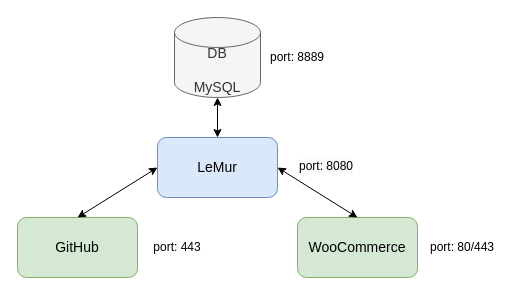
This is APIs.drawio from OMorlotti/P12, a draw.io file, before an edit. Source tidied: cells renumbered, new cells numbered last; positions are measured from the earlier drawing's top-left corner, leaving out a move shared by most shapes. Both pictures are drawn from the tidied source at 100%, with x=0, y=0 at pixel (17, 17).
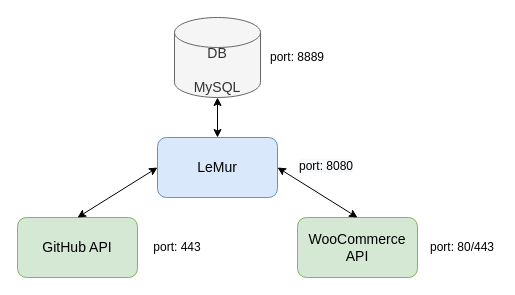
The same diagram, later.

What changed in the source:
```diff
@@
 <mxGraphModel>
   <root>
     <mxCell id="0" />
     <mxCell id="1" parent="0" />
-    <mxCell id="2" value="&lt;font style=&quot;font-size: 14px&quot;&gt;WooCommerce&lt;/font&gt;" style="rounded=1;whiteSpace=wrap;html=1;fillColor=#d5e8d4;strokeColor=#82b366;" parent="1" vertex="1">
+    <mxCell id="2" value="&lt;font style=&quot;font-size: 14px&quot;&gt;WooCommerce&lt;br&gt;API&lt;br&gt;&lt;/font&gt;" style="rounded=1;whiteSpace=wrap;html=1;fillColor=#d5e8d4;strokeColor=#82b366;" parent="1" vertex="1">
       <mxGeometry x="280" y="200" width="120" height="60" as="geometry" />
     </mxCell>
     <mxCell id="3" value="&lt;font style=&quot;font-size: 14px&quot;&gt;LeMur&lt;/font&gt;" style="rounded=1;whiteSpace=wrap;html=1;fillColor=#dae8fc;strokeColor=#6c8ebf;" parent="1" vertex="1">
       <mxGeometry x="140" y="120" width="120" height="60" as="geometry" />
     </mxCell>
-    <mxCell id="4" value="&lt;font style=&quot;font-size: 14px&quot;&gt;GitHub&lt;/font&gt;" style="rounded=1;whiteSpace=wrap;html=1;fillColor=#d5e8d4;strokeColor=#82b366;" parent="1" vertex="1">
+    <mxCell id="4" value="&lt;font style=&quot;font-size: 14px&quot;&gt;GitHub API&lt;/font&gt;" style="rounded=1;whiteSpace=wrap;html=1;fillColor=#d5e8d4;strokeColor=#82b366;" parent="1" vertex="1">
       <mxGeometry y="200" width="120" height="60" as="geometry" />
     </mxCell>
     <mxCell id="5" value="&lt;font style=&quot;font-size: 14px&quot;&gt;&lt;font style=&quot;font-size: 14px&quot;&gt;DB&lt;br&gt;&lt;/font&gt;&lt;br&gt;MySQL&lt;/font&gt;" style="shape=cylinder3;whiteSpace=wrap;html=1;boundedLbl=1;backgroundOutline=1;size=15;direction=east;fillColor=#f5f5f5;strokeColor=#666666;fontColor=#333333;" parent="1" vertex="1">
       <mxGeometry x="157" width="86" height="80" as="geometry" />
     </mxCell>
     <mxCell id="6" style="endArrow=classic;html=1;strokeWidth=1;entryX=0.5;entryY=1;entryDx=0;entryDy=0;entryPerimeter=0;startArrow=classic;startFill=1;" parent="1" edge="1" source="3" target="5">
       <mxGeometry relative="1" as="geometry" />
     </mxCell>
     <mxCell id="7" style="endArrow=classic;html=1;strokeWidth=1;entryX=0.5;entryY=0;entryDx=0;entryDy=0;exitX=0;exitY=0.5;exitDx=0;exitDy=0;startArrow=classic;startFill=1;" parent="1" edge="1" source="3" target="4">
       <mxGeometry relative="1" as="geometry" />
     </mxCell>
     <mxCell id="8" style="endArrow=classic;startArrow=classic;html=1;strokeWidth=1;entryX=0.5;entryY=0;entryDx=0;entryDy=0;exitX=1;exitY=0.5;exitDx=0;exitDy=0;" parent="1" edge="1" source="3" target="2">
       <mxGeometry relative="1" as="geometry" />
     </mxCell>
     <mxCell id="9" value="port: 8889" style="text;html=1;strokeColor=none;fillColor=none;align=center;verticalAlign=middle;whiteSpace=wrap;rounded=0;" parent="1" vertex="1">
       <mxGeometry x="250" y="30" width="60" height="20" as="geometry" />
     </mxCell>
     <mxCell id="10" value="port: 80/443" style="text;html=1;strokeColor=none;fillColor=none;align=center;verticalAlign=middle;whiteSpace=wrap;rounded=0;" parent="1" vertex="1">
       <mxGeometry x="410" y="220" width="70" height="20" as="geometry" />
     </mxCell>
     <mxCell id="11" value="&lt;span style=&quot;color: rgb(0 , 0 , 0) ; font-family: &amp;#34;helvetica&amp;#34; ; font-size: 12px ; font-style: normal ; font-weight: 400 ; letter-spacing: normal ; text-align: center ; text-indent: 0px ; text-transform: none ; word-spacing: 0px ; background-color: rgb(248 , 249 , 250) ; display: inline ; float: none&quot;&gt;port: 8080&lt;/span&gt;" style="text;whiteSpace=wrap;html=1;" parent="1" vertex="1">
       <mxGeometry x="280" y="135" width="80" height="30" as="geometry" />
     </mxCell>
     <mxCell id="12" value="port: 443" style="text;html=1;strokeColor=none;fillColor=none;align=center;verticalAlign=middle;whiteSpace=wrap;rounded=0;" parent="1" vertex="1">
       <mxGeometry x="130" y="220" width="60" height="20" as="geometry" />
     </mxCell>
   </root>
 </mxGraphModel>
```
